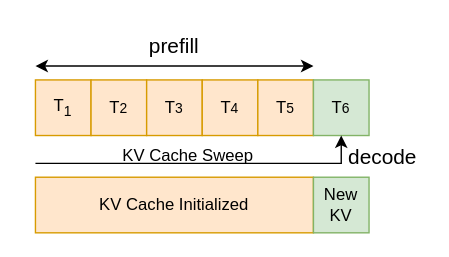
Before: documentation/illustrations/prefill_decode.drawio in sakshamrathi21/Structured_LLM_Optimization, a draw.io diagram. Source tidied: cells renumbered, new cells numbered last; positions are measured from the earlier drawing's top-left corner, leaving out a move shared by most shapes. Both pictures are drawn from the tidied source at 139%, with x=0, y=0 at pixel (35, 24).
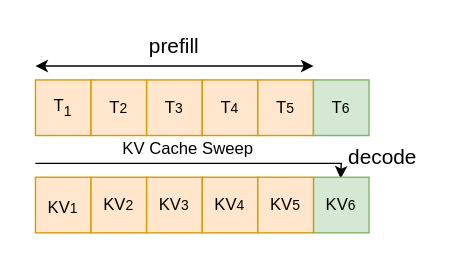
Above is the later version.

The change refers to these unchanged cells:
```xml
<mxCell id="7" value="T&lt;span style=&quot;font-size: 10px;&quot;&gt;6&lt;/span&gt;" style="rounded=0;whiteSpace=wrap;html=1;fillColor=#d5e8d4;strokeColor=#82b366;" parent="1" vertex="1">
  <mxGeometry x="200" y="40" width="40" height="40" as="geometry" />
</mxCell>
<mxCell id="11" value="&lt;font style=&quot;font-size: 15px;&quot;&gt;decode&lt;/font&gt;" style="text;html=1;whiteSpace=wrap;strokeColor=none;fillColor=none;align=center;verticalAlign=middle;rounded=0;" parent="1" vertex="1">
  <mxGeometry x="220" y="80" width="60" height="30" as="geometry" />
</mxCell>
```

Change to the diagram source:
```diff
@@
-    <mxCell id="10" style="endArrow=classic;html=1;rounded=0;entryX=0.5;entryY=1;entryDx=0;entryDy=0;" parent="1" edge="1" target="7">
+    <mxCell id="10" style="endArrow=classic;html=1;rounded=0;entryX=-0.007;entryY=1.032;entryDx=0;entryDy=0;entryPerimeter=0;" parent="1" edge="1" target="11">
       <mxGeometry relative="1" as="geometry">
         <mxPoint y="100" as="sourcePoint" />
         <Array as="points">
           <mxPoint x="140" y="100" />
           <mxPoint x="220" y="100" />
         </Array>
       </mxGeometry>
     </mxCell>
@@
-    <mxCell id="12" value="KV Cache Initialized" style="rounded=0;whiteSpace=wrap;html=1;fillColor=#ffe6cc;strokeColor=#d79b00;" parent="1" vertex="1">
-      <mxGeometry y="110" width="200" height="40" as="geometry" />
-    </mxCell>
-    <mxCell id="13" value="New KV" style="rounded=0;whiteSpace=wrap;html=1;fillColor=#d5e8d4;strokeColor=#82b366;" parent="1" vertex="1">
+    <mxCell id="13" value="KV&lt;span style=&quot;font-size: 10px;&quot;&gt;6&lt;/span&gt;" style="rounded=0;whiteSpace=wrap;html=1;fillColor=#d5e8d4;strokeColor=#82b366;" parent="1" vertex="1">
       <mxGeometry x="200" y="110" width="40" height="40" as="geometry" />
     </mxCell>
     <mxCell id="14" value="KV Cache Sweep" style="text;html=1;whiteSpace=wrap;strokeColor=none;fillColor=none;align=center;verticalAlign=middle;rounded=0;" parent="1" vertex="1">
-      <mxGeometry x="60" y="80" width="100" height="30" as="geometry" />
+      <mxGeometry x="60" y="80" width="100" height="20" as="geometry" />
     </mxCell>
+    <mxCell id="15" value="&lt;sub&gt;&lt;span style=&quot;font-size: 12px;&quot;&gt;KV&lt;/span&gt;1&lt;/sub&gt;" style="rounded=0;whiteSpace=wrap;html=1;fillColor=#ffe6cc;strokeColor=#d79b00;" parent="1" vertex="1">
+      <mxGeometry y="110" width="40" height="40" as="geometry" />
+    </mxCell>
+    <mxCell id="16" value="KV&lt;span style=&quot;font-size: 10px;&quot;&gt;2&lt;/span&gt;" style="rounded=0;whiteSpace=wrap;html=1;fillColor=#ffe6cc;strokeColor=#d79b00;" parent="1" vertex="1">
+      <mxGeometry x="40" y="110" width="40" height="40" as="geometry" />
+    </mxCell>
+    <mxCell id="17" value="KV&lt;span style=&quot;font-size: 10px;&quot;&gt;3&lt;/span&gt;" style="rounded=0;whiteSpace=wrap;html=1;fillColor=#ffe6cc;strokeColor=#d79b00;" parent="1" vertex="1">
+      <mxGeometry x="80" y="110" width="40" height="40" as="geometry" />
+    </mxCell>
+    <mxCell id="18" value="KV&lt;span style=&quot;font-size: 10px;&quot;&gt;4&lt;/span&gt;" style="rounded=0;whiteSpace=wrap;html=1;fillColor=#ffe6cc;strokeColor=#d79b00;" parent="1" vertex="1">
+      <mxGeometry x="120" y="110" width="40" height="40" as="geometry" />
+    </mxCell>
+    <mxCell id="19" value="KV&lt;span style=&quot;font-size: 10px;&quot;&gt;5&lt;/span&gt;" style="rounded=0;whiteSpace=wrap;html=1;fillColor=#ffe6cc;strokeColor=#d79b00;" parent="1" vertex="1">
+      <mxGeometry x="160" y="110" width="40" height="40" as="geometry" />
+    </mxCell>
```
